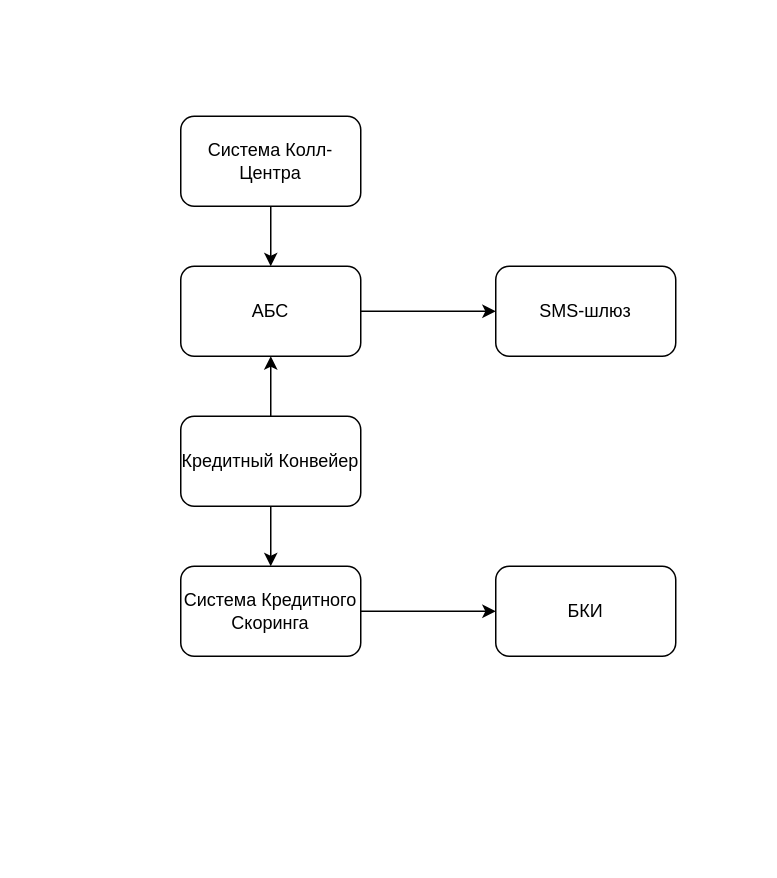
The draw.io diagram page "Интеграции" (4 of 4) of it_land_map.drawio in MorKaragh/drawings, before the edit. Source tidied: cells renumbered, new cells numbered last; positions are measured from the earlier drawing's top-left corner, leaving out a move shared by most shapes. Both pictures are drawn from the tidied source at 150%, with x=0, y=0 at pixel (180, 116).
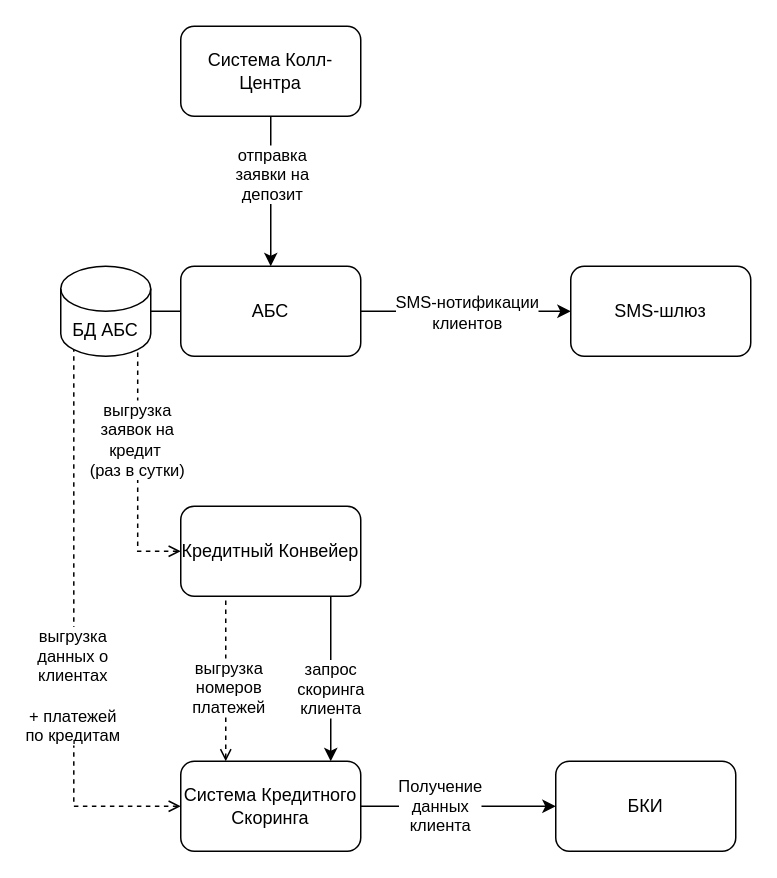
After the change.

The change refers to these unchanged cells:
```xml
<mxCell id="2" style="edgeStyle=orthogonalEdgeStyle;shape=connector;rounded=0;jettySize=auto;html=1;strokeColor=default;align=center;verticalAlign=middle;fontFamily=Helvetica;fontSize=11;fontColor=default;labelBackgroundColor=default;endArrow=classic;" parent="1" edge="1" source="3" target="6">
  <mxGeometry relative="1" as="geometry" />
</mxCell>
<mxCell id="3" value="АБС" style="rounded=1;whiteSpace=wrap;html=1;" parent="1" vertex="1">
  <mxGeometry y="100" width="120" height="60" as="geometry" />
</mxCell>
<mxCell id="4" style="edgeStyle=orthogonalEdgeStyle;shape=connector;rounded=0;jettySize=auto;html=1;strokeColor=default;align=center;verticalAlign=middle;fontFamily=Helvetica;fontSize=11;fontColor=default;labelBackgroundColor=default;endArrow=classic;" parent="1" edge="1" source="5" target="3">
  <mxGeometry relative="1" as="geometry" />
</mxCell>
<mxCell id="11" style="edgeStyle=orthogonalEdgeStyle;shape=connector;rounded=0;jettySize=auto;html=1;strokeColor=default;align=center;verticalAlign=middle;fontFamily=Helvetica;fontSize=11;fontColor=default;labelBackgroundColor=default;endArrow=classic;" parent="1" edge="1" source="12" target="10">
  <mxGeometry relative="1" as="geometry" />
</mxCell>
```

The edit, as a diff of the source:
```diff
@@
+    <mxCell id="13" value="SMS-нотификации&lt;div&gt;клиентов&lt;/div&gt;" style="edgeLabel;html=1;align=center;verticalAlign=middle;" parent="2" vertex="1">
+      <mxGeometry x="-0.21" relative="1" as="geometry">
+        <mxPoint x="15" as="offset" />
+      </mxGeometry>
+    </mxCell>
@@
+    <mxCell id="14" value="отправка&lt;div&gt;заявки на&lt;/div&gt;&lt;div&gt;депозит&lt;/div&gt;" style="edgeLabel;html=1;align=center;verticalAlign=middle;" parent="4" vertex="1">
+      <mxGeometry x="-0.25" relative="1" as="geometry" />
+    </mxCell>
     <mxCell id="5" value="Система Колл-Центра" style="rounded=1;whiteSpace=wrap;html=1;" parent="1" vertex="1">
-      <mxGeometry width="120" height="60" as="geometry" />
+      <mxGeometry y="-60" width="120" height="60" as="geometry" />
     </mxCell>
     <mxCell id="6" value="SMS-шлюз" style="rounded=1;whiteSpace=wrap;html=1;" parent="1" vertex="1">
-      <mxGeometry x="210" y="100" width="120" height="60" as="geometry" />
+      <mxGeometry x="260" y="100" width="120" height="60" as="geometry" />
     </mxCell>
-    <mxCell id="7" style="edgeStyle=orthogonalEdgeStyle;shape=connector;rounded=0;jettySize=auto;html=1;strokeColor=default;align=center;verticalAlign=middle;fontFamily=Helvetica;fontSize=11;fontColor=default;labelBackgroundColor=default;endArrow=classic;" parent="1" edge="1" source="9" target="3">
+    <mxCell id="7" style="edgeStyle=orthogonalEdgeStyle;shape=connector;rounded=0;jettySize=auto;html=1;strokeColor=default;align=center;verticalAlign=middle;fontFamily=Helvetica;fontSize=11;fontColor=default;labelBackgroundColor=default;endArrow=none;entryX=0.855;entryY=1;entryDx=0;entryDy=-4.35;entryPerimeter=0;dashed=1;startArrow=open;startFill=0;" parent="1" edge="1" source="9" target="21">
       <mxGeometry relative="1" as="geometry" />
     </mxCell>
+    <mxCell id="15" value="выгрузка&lt;div&gt;заявок на&lt;/div&gt;&lt;div&gt;кредит&amp;nbsp;&lt;/div&gt;&lt;div&gt;(раз в сутки)&lt;/div&gt;" style="edgeLabel;html=1;align=center;verticalAlign=middle;rounded=0;dashed=1;strokeColor=default;fontFamily=Helvetica;fontSize=11;fontColor=default;labelBackgroundColor=default;" parent="7" vertex="1">
+      <mxGeometry x="0.41" y="1" relative="1" as="geometry">
+        <mxPoint y="12" as="offset" />
+      </mxGeometry>
+    </mxCell>
     <mxCell id="8" style="edgeStyle=orthogonalEdgeStyle;shape=connector;rounded=0;jettySize=auto;html=1;strokeColor=default;align=center;verticalAlign=middle;fontFamily=Helvetica;fontSize=11;fontColor=default;labelBackgroundColor=default;endArrow=classic;" parent="1" edge="1" source="9" target="12">
-      <mxGeometry relative="1" as="geometry" />
+      <mxGeometry relative="1" as="geometry">
+        <Array as="points">
+          <mxPoint x="100" y="390" />
+          <mxPoint x="100" y="390" />
+        </Array>
+      </mxGeometry>
     </mxCell>
+    <mxCell id="16" value="запрос&lt;div&gt;скоринга&lt;/div&gt;&lt;div&gt;клиента&lt;/div&gt;" style="edgeLabel;html=1;align=center;verticalAlign=middle;" parent="8" vertex="1">
+      <mxGeometry x="-0.15" y="-1" relative="1" as="geometry">
+        <mxPoint y="14" as="offset" />
+      </mxGeometry>
+    </mxCell>
     <mxCell id="9" value="Кредитный Конвейер" style="rounded=1;whiteSpace=wrap;html=1;" parent="1" vertex="1">
-      <mxGeometry y="200" width="120" height="60" as="geometry" />
+      <mxGeometry y="260" width="120" height="60" as="geometry" />
     </mxCell>
     <mxCell id="10" value="БКИ" style="rounded=1;whiteSpace=wrap;html=1;" parent="1" vertex="1">
-      <mxGeometry x="210" y="300" width="120" height="60" as="geometry" />
+      <mxGeometry x="250" y="430" width="120" height="60" as="geometry" />
     </mxCell>
@@
+    <mxCell id="17" value="Получение&lt;div&gt;данных&lt;/div&gt;&lt;div&gt;клиента&lt;/div&gt;" style="edgeLabel;html=1;align=center;verticalAlign=middle;" parent="11" vertex="1">
+      <mxGeometry x="-0.2" y="1" relative="1" as="geometry" />
+    </mxCell>
+    <mxCell id="18" style="edgeStyle=orthogonalEdgeStyle;rounded=0;jettySize=auto;html=1;exitX=0.25;exitY=0;exitDx=0;exitDy=0;entryX=0.25;entryY=1;entryDx=0;entryDy=0;dashed=1;strokeColor=default;align=center;verticalAlign=middle;fontFamily=Helvetica;fontSize=11;fontColor=default;labelBackgroundColor=default;startArrow=open;startFill=0;endArrow=none;" parent="1" edge="1" source="12" target="9">
+      <mxGeometry relative="1" as="geometry" />
+    </mxCell>
+    <mxCell id="19" value="выгрузка&lt;div&gt;номеров&lt;/div&gt;&lt;div&gt;платежей&lt;/div&gt;" style="edgeLabel;html=1;align=center;verticalAlign=middle;rounded=0;dashed=1;strokeColor=default;fontFamily=Helvetica;fontSize=11;fontColor=default;labelBackgroundColor=default;" parent="18" vertex="1">
+      <mxGeometry x="0.25" y="-1" relative="1" as="geometry">
+        <mxPoint y="19" as="offset" />
+      </mxGeometry>
+    </mxCell>
     <mxCell id="12" value="Система Кредитного Скоринга" style="rounded=1;whiteSpace=wrap;html=1;" parent="1" vertex="1">
-      <mxGeometry y="300" width="120" height="60" as="geometry" />
+      <mxGeometry y="430" width="120" height="60" as="geometry" />
     </mxCell>
+    <mxCell id="20" style="edgeStyle=orthogonalEdgeStyle;rounded=0;jettySize=auto;html=1;endArrow=none;startFill=0;" parent="1" edge="1" source="21" target="3">
+      <mxGeometry relative="1" as="geometry" />
+    </mxCell>
+    <mxCell id="21" value="БД АБС" style="shape=cylinder3;whiteSpace=wrap;html=1;boundedLbl=1;backgroundOutline=1;size=15;" parent="1" vertex="1">
+      <mxGeometry x="-80" y="100" width="60" height="60" as="geometry" />
+    </mxCell>
+    <mxCell id="22" style="edgeStyle=orthogonalEdgeStyle;rounded=0;jettySize=auto;html=1;exitX=0;exitY=0.5;exitDx=0;exitDy=0;entryX=0.145;entryY=1;entryDx=0;entryDy=-4.35;entryPerimeter=0;dashed=1;startArrow=open;startFill=0;endArrow=none;" parent="1" edge="1" source="12" target="21">
+      <mxGeometry relative="1" as="geometry" />
+    </mxCell>
+    <mxCell id="23" value="выгрузка&lt;div&gt;данных о&lt;/div&gt;&lt;div&gt;клиентах&lt;/div&gt;&lt;div&gt;&lt;br&gt;&lt;/div&gt;&lt;div&gt;+ платежей&lt;/div&gt;&lt;div&gt;по кредитам&lt;/div&gt;" style="edgeLabel;html=1;align=center;verticalAlign=middle;" parent="22" vertex="1">
+      <mxGeometry x="-0.19" y="1" relative="1" as="geometry" />
+    </mxCell>
```
